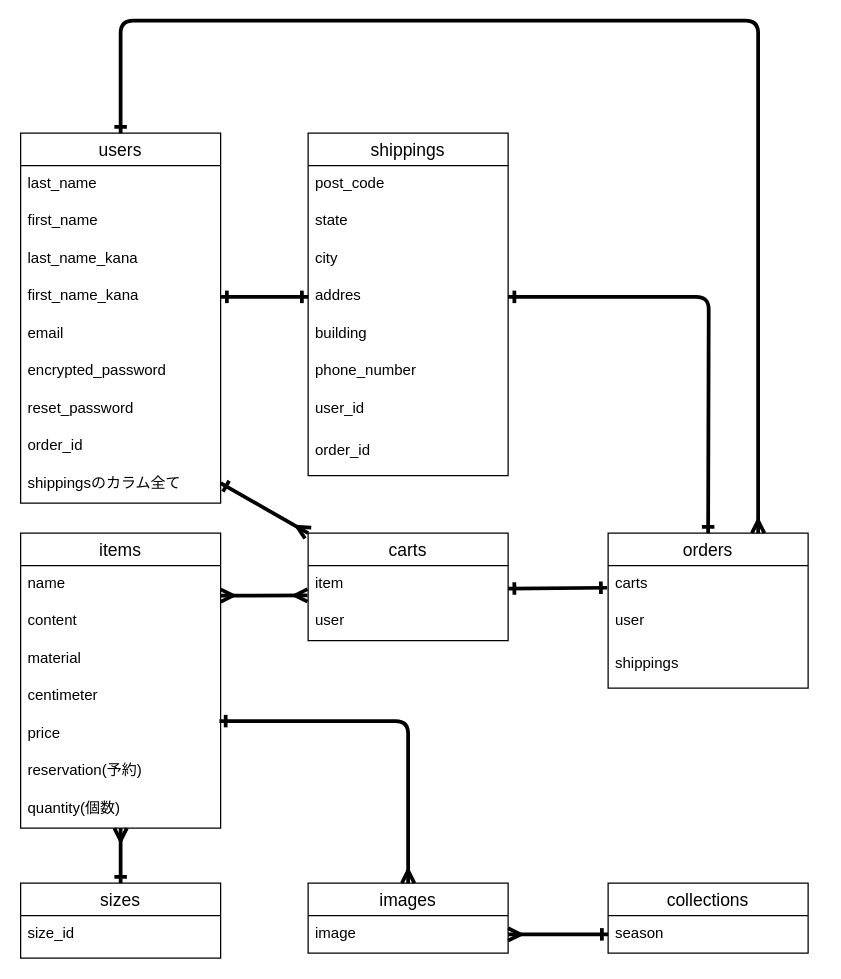
The draw.io diagram er.dio in ap0424ts/nuax_official, before the edit. Source tidied: cells renumbered, new cells numbered last; positions are measured from the earlier drawing's top-left corner, leaving out a move shared by most shapes. Both pictures are drawn from the tidied source at 125%, with x=0, y=0 at pixel (20, 20).
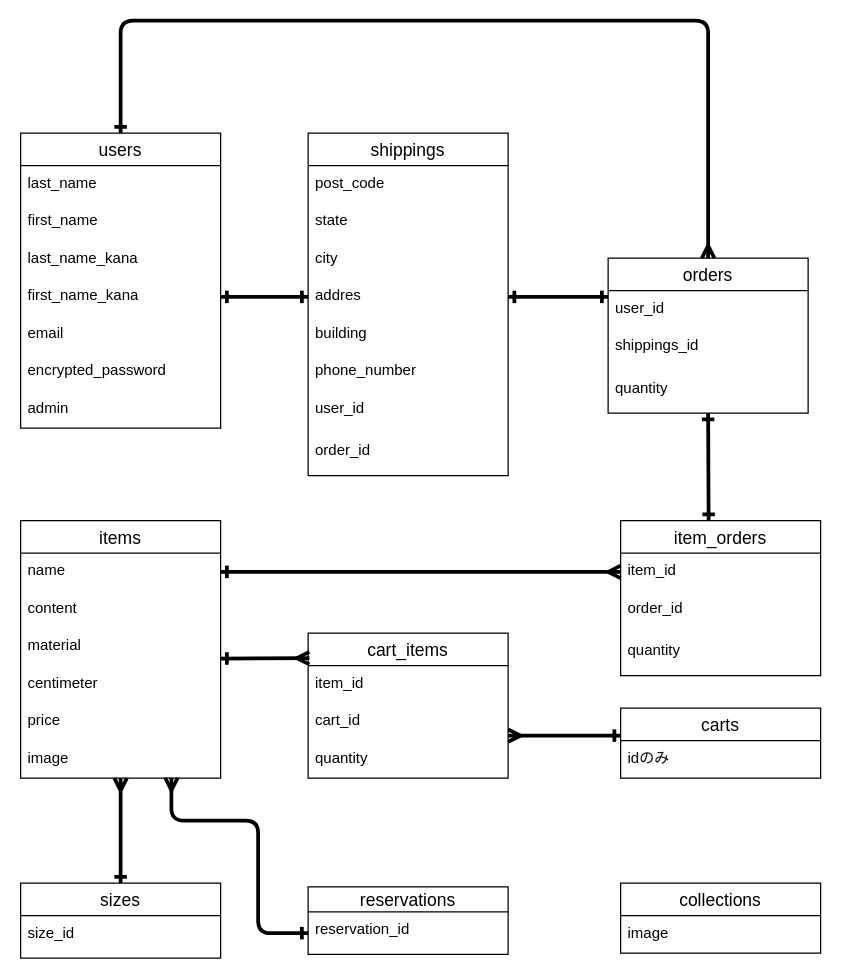
After the change.

Commit message (it also covers changes not shown here):
データベース設計

The change refers to these unchanged cells:
```xml
<mxCell id="13" value="name" style="text;strokeColor=none;fillColor=none;spacingLeft=4;spacingRight=4;overflow=hidden;points=[[0,0.5],[1,0.5]];portConstraint=eastwest;fontSize=12;" parent="12" vertex="1">
  <mxGeometry y="26" width="160" height="30" as="geometry" />
</mxCell>
<mxCell id="24" value="addres" style="text;strokeColor=none;fillColor=none;spacingLeft=4;spacingRight=4;overflow=hidden;points=[[0,0.5],[1,0.5]];portConstraint=eastwest;fontSize=12;" parent="20" vertex="1">
  <mxGeometry y="116" width="160" height="30" as="geometry" />
</mxCell>
```

The edit, as a diff of the source:
```diff
@@
     <mxCell id="2" value="users" style="swimlane;fontStyle=0;horizontal=1;startSize=26;align=center;fontSize=14;" parent="1" vertex="1">
-      <mxGeometry y="90" width="160" height="296" as="geometry" />
+      <mxGeometry y="90" width="160" height="236" as="geometry" />
     </mxCell>
@@
-    <mxCell id="9" value="reset_password" style="text;strokeColor=none;fillColor=none;spacingLeft=4;spacingRight=4;overflow=hidden;fontSize=12;" parent="2" vertex="1">
-      <mxGeometry y="206" width="160" height="30" as="geometry" />
-    </mxCell>
-    <mxCell id="10" value="order_id" style="text;strokeColor=none;fillColor=none;spacingLeft=4;spacingRight=4;overflow=hidden;fontSize=12;" parent="2" vertex="1">
-      <mxGeometry y="236" width="160" height="30" as="geometry" />
+    <mxCell id="10" value="admin" style="text;strokeColor=none;fillColor=none;spacingLeft=4;spacingRight=4;overflow=hidden;fontSize=12;" parent="2" vertex="1">
+      <mxGeometry y="206" width="160" height="30" as="geometry" />
     </mxCell>
-    <mxCell id="11" value="shippingsのカラム全て" style="text;strokeColor=none;fillColor=none;spacingLeft=4;spacingRight=4;overflow=hidden;fontSize=12;" parent="2" vertex="1">
-      <mxGeometry y="266" width="160" height="30" as="geometry" />
-    </mxCell>
     <mxCell id="12" value="items" style="swimlane;fontStyle=0;horizontal=1;startSize=26;align=center;fontSize=14;" parent="1" vertex="1">
-      <mxGeometry y="410" width="160" height="236" as="geometry" />
+      <mxGeometry y="400" width="160" height="206" as="geometry" />
     </mxCell>
@@
+    <mxCell id="52" value="price" style="text;strokeColor=none;fillColor=none;spacingLeft=4;spacingRight=4;overflow=hidden;fontSize=12;" parent="12" vertex="1">
+      <mxGeometry y="146" width="160" height="30" as="geometry" />
+    </mxCell>
-    <mxCell id="17" value="price" style="text;strokeColor=none;fillColor=none;spacingLeft=4;spacingRight=4;overflow=hidden;points=[[0,0.5],[1,0.5]];portConstraint=eastwest;fontSize=12;" parent="12" vertex="1">
-      <mxGeometry y="146" width="160" height="30" as="geometry" />
+    <mxCell id="17" value="image" style="text;strokeColor=none;fillColor=none;spacingLeft=4;spacingRight=4;overflow=hidden;points=[[0,0.5],[1,0.5]];portConstraint=eastwest;fontSize=12;" parent="12" vertex="1">
+      <mxGeometry y="176" width="160" height="30" as="geometry" />
     </mxCell>
-    <mxCell id="18" value="reservation(予約)" style="text;strokeColor=none;fillColor=none;spacingLeft=4;spacingRight=4;overflow=hidden;fontSize=12;" parent="12" vertex="1">
-      <mxGeometry y="176" width="160" height="30" as="geometry" />
-    </mxCell>
-    <mxCell id="19" value="quantity(個数)" style="text;strokeColor=none;fillColor=none;spacingLeft=4;spacingRight=4;overflow=hidden;fontSize=12;" parent="12" vertex="1">
-      <mxGeometry y="206" width="160" height="30" as="geometry" />
-    </mxCell>
@@
-    <mxCell id="29" value="orders" style="swimlane;fontStyle=0;horizontal=1;startSize=26;align=center;fontSize=14;" parent="1" vertex="1">
-      <mxGeometry x="470" y="410" width="160" height="124" as="geometry" />
-    </mxCell>
-    <mxCell id="30" value="carts" style="text;strokeColor=none;fillColor=none;spacingLeft=4;spacingRight=4;overflow=hidden;fontSize=12;" parent="29" vertex="1">
-      <mxGeometry y="26" width="160" height="30" as="geometry" />
-    </mxCell>
-    <mxCell id="31" value="user" style="text;strokeColor=none;fillColor=none;spacingLeft=4;spacingRight=4;overflow=hidden;fontSize=12;" parent="29" vertex="1">
-      <mxGeometry y="56" width="160" height="34" as="geometry" />
-    </mxCell>
-    <mxCell id="32" value="shippings" style="text;strokeColor=none;fillColor=none;spacingLeft=4;spacingRight=4;overflow=hidden;fontSize=12;" parent="29" vertex="1">
-      <mxGeometry y="90" width="160" height="34" as="geometry" />
-    </mxCell>
-    <mxCell id="33" value="images" style="swimlane;fontStyle=0;horizontal=1;startSize=26;align=center;fontSize=14;" parent="1" vertex="1">
-      <mxGeometry x="230" y="690" width="160" height="56" as="geometry" />
-    </mxCell>
-    <mxCell id="34" value="image" style="text;strokeColor=none;fillColor=none;spacingLeft=4;spacingRight=4;overflow=hidden;points=[[0,0.5],[1,0.5]];portConstraint=eastwest;fontSize=12;" parent="33" vertex="1">
-      <mxGeometry y="26" width="160" height="30" as="geometry" />
-    </mxCell>
@@
     <mxCell id="37" value="carts" style="swimlane;fontStyle=0;horizontal=1;startSize=26;align=center;fontSize=14;" parent="1" vertex="1">
-      <mxGeometry x="230" y="410" width="160" height="86" as="geometry" />
+      <mxGeometry x="480" y="550" width="160" height="56" as="geometry" />
     </mxCell>
-    <mxCell id="38" value="item" style="text;strokeColor=none;fillColor=none;spacingLeft=4;spacingRight=4;overflow=hidden;points=[[0,0.5],[1,0.5]];portConstraint=eastwest;fontSize=12;" parent="37" vertex="1">
-      <mxGeometry y="26" width="160" height="30" as="geometry" />
-    </mxCell>
-    <mxCell id="39" value="user" style="text;strokeColor=none;fillColor=none;spacingLeft=4;spacingRight=4;overflow=hidden;fontSize=12;" parent="37" vertex="1">
-      <mxGeometry y="56" width="160" height="30" as="geometry" />
+    <mxCell id="39" value="idのみ" style="text;strokeColor=none;fillColor=none;spacingLeft=4;spacingRight=4;overflow=hidden;fontSize=12;" parent="37" vertex="1">
+      <mxGeometry y="26" width="160" height="30" as="geometry" />
     </mxCell>
-    <mxCell id="40" style="fontSize=12;html=1;endArrow=ERmany;startArrow=ERmany;entryX=-0.003;entryY=0.793;entryDx=0;entryDy=0;entryPerimeter=0;strokeWidth=3;" parent="1" edge="1" target="38">
-      <mxGeometry relative="1" as="geometry">
-        <mxPoint x="160" y="460" as="sourcePoint" />
-      </mxGeometry>
-    </mxCell>
@@
-    <mxCell id="42" style="fontSize=12;html=1;endArrow=ERone;endFill=0;exitX=1;exitY=0.5;exitDx=0;exitDy=0;startArrow=ERone;startFill=0;entryX=-0.005;entryY=0.589;entryDx=0;entryDy=0;strokeWidth=3;entryPerimeter=0;" parent="1" edge="1">
-      <mxGeometry relative="1" as="geometry">
-        <mxPoint x="390" y="454.4" as="sourcePoint" />
-        <mxPoint x="469.2" y="453.7" as="targetPoint" />
-      </mxGeometry>
+    <mxCell id="42" style="fontSize=12;html=1;endArrow=ERone;endFill=0;exitX=0.44;exitY=0;exitDx=0;exitDy=0;startArrow=ERone;startFill=0;entryX=0.5;entryY=1;entryDx=0;entryDy=0;strokeWidth=3;exitPerimeter=0;" parent="1" edge="1" source="56" target="29">
+      <mxGeometry relative="1" as="geometry" />
     </mxCell>
@@
-    <mxCell id="44" style="fontSize=12;html=1;endArrow=ERone;endFill=0;exitX=1;exitY=0.5;exitDx=0;exitDy=0;startArrow=ERone;startFill=0;entryX=0.5;entryY=0;entryDx=0;entryDy=0;strokeWidth=3;edgeStyle=orthogonalEdgeStyle;" parent="1" edge="1" source="24">
+    <mxCell id="44" style="fontSize=12;html=1;endArrow=ERone;endFill=0;exitX=1;exitY=0.5;exitDx=0;exitDy=0;startArrow=ERone;startFill=0;strokeWidth=3;edgeStyle=orthogonalEdgeStyle;" parent="1" edge="1" source="24">
       <mxGeometry relative="1" as="geometry">
-        <mxPoint x="550" y="410" as="targetPoint" />
+        <mxPoint x="470" y="221" as="targetPoint" />
       </mxGeometry>
     </mxCell>
@@
-    <mxCell id="46" style="fontSize=12;html=1;endArrow=ERmany;startArrow=ERone;strokeWidth=3;startFill=0;entryX=0.5;entryY=0;entryDx=0;entryDy=0;edgeStyle=orthogonalEdgeStyle;exitX=0.994;exitY=0.146;exitDx=0;exitDy=0;exitPerimeter=0;" parent="1" edge="1" source="17" target="33">
-      <mxGeometry relative="1" as="geometry" />
-    </mxCell>
     <mxCell id="47" value="collections" style="swimlane;fontStyle=0;horizontal=1;startSize=26;align=center;fontSize=14;" parent="1" vertex="1">
-      <mxGeometry x="470" y="690" width="160" height="56" as="geometry" />
+      <mxGeometry x="480" y="690" width="160" height="56" as="geometry" />
     </mxCell>
-    <mxCell id="48" value="season" style="text;strokeColor=none;fillColor=none;spacingLeft=4;spacingRight=4;overflow=hidden;fontSize=12;" parent="47" vertex="1">
+    <mxCell id="48" value="image" style="text;strokeColor=none;fillColor=none;spacingLeft=4;spacingRight=4;overflow=hidden;fontSize=12;" parent="47" vertex="1">
       <mxGeometry y="26" width="160" height="30" as="geometry" />
     </mxCell>
-    <mxCell id="49" style="fontSize=12;html=1;endArrow=ERmany;startArrow=ERone;strokeWidth=3;startFill=0;entryX=1;entryY=0.5;entryDx=0;entryDy=0;" parent="1" edge="1" target="34">
-      <mxGeometry relative="1" as="geometry">
-        <mxPoint x="470" y="731" as="sourcePoint" />
-      </mxGeometry>
-    </mxCell>
-    <mxCell id="50" style="fontSize=12;html=1;endArrow=ERmany;startArrow=ERone;strokeWidth=3;startFill=0;exitX=0.5;exitY=0;exitDx=0;exitDy=0;entryX=0.75;entryY=0;entryDx=0;entryDy=0;edgeStyle=orthogonalEdgeStyle;" parent="1" edge="1" source="2" target="29">
+    <mxCell id="50" style="fontSize=12;html=1;endArrow=ERmany;startArrow=ERone;strokeWidth=3;startFill=0;exitX=0.5;exitY=0;exitDx=0;exitDy=0;edgeStyle=orthogonalEdgeStyle;entryX=0.5;entryY=0;entryDx=0;entryDy=0;" parent="1" edge="1" source="2" target="29">
       <mxGeometry relative="1" as="geometry">
         <Array as="points">
           <mxPoint x="80" />
-          <mxPoint x="590" />
+          <mxPoint x="550" />
         </Array>
       </mxGeometry>
     </mxCell>
-    <mxCell id="51" style="fontSize=12;html=1;endArrow=ERmany;endFill=0;exitX=1;exitY=0.5;exitDx=0;exitDy=0;startArrow=ERone;startFill=0;entryX=0;entryY=0;entryDx=0;entryDy=0;strokeWidth=3;" parent="1" edge="1" target="37">
-      <mxGeometry relative="1" as="geometry">
-        <mxPoint x="160" y="370" as="sourcePoint" />
-      </mxGeometry>
-    </mxCell>
+    <mxCell id="29" value="orders" style="swimlane;fontStyle=0;horizontal=1;startSize=26;align=center;fontSize=14;" parent="1" vertex="1">
+      <mxGeometry x="470" y="190" width="160" height="124" as="geometry" />
+    </mxCell>
+    <mxCell id="53" value="user_id" style="text;strokeColor=none;fillColor=none;spacingLeft=4;spacingRight=4;overflow=hidden;fontSize=12;" parent="29" vertex="1">
+      <mxGeometry y="26" width="160" height="30" as="geometry" />
+    </mxCell>
+    <mxCell id="54" value="shippings_id" style="text;strokeColor=none;fillColor=none;spacingLeft=4;spacingRight=4;overflow=hidden;fontSize=12;" parent="29" vertex="1">
+      <mxGeometry y="56" width="160" height="34" as="geometry" />
+    </mxCell>
+    <mxCell id="55" value="quantity" style="text;strokeColor=none;fillColor=none;spacingLeft=4;spacingRight=4;overflow=hidden;fontSize=12;" parent="29" vertex="1">
+      <mxGeometry y="90" width="160" height="34" as="geometry" />
+    </mxCell>
+    <mxCell id="56" value="item_orders" style="swimlane;fontStyle=0;horizontal=1;startSize=26;align=center;fontSize=14;" parent="1" vertex="1">
+      <mxGeometry x="480" y="400" width="160" height="124" as="geometry" />
+    </mxCell>
+    <mxCell id="57" value="item_id" style="text;strokeColor=none;fillColor=none;spacingLeft=4;spacingRight=4;overflow=hidden;points=[[0,0.5],[1,0.5]];portConstraint=eastwest;fontSize=12;" parent="56" vertex="1">
+      <mxGeometry y="26" width="160" height="30" as="geometry" />
+    </mxCell>
+    <mxCell id="58" value="order_id" style="text;strokeColor=none;fillColor=none;spacingLeft=4;spacingRight=4;overflow=hidden;fontSize=12;" parent="56" vertex="1">
+      <mxGeometry y="56" width="160" height="34" as="geometry" />
+    </mxCell>
+    <mxCell id="59" value="quantity" style="text;strokeColor=none;fillColor=none;spacingLeft=4;spacingRight=4;overflow=hidden;fontSize=12;" parent="56" vertex="1">
+      <mxGeometry y="90" width="160" height="34" as="geometry" />
+    </mxCell>
+    <mxCell id="60" style="fontSize=12;html=1;endArrow=ERmany;startArrow=ERone;strokeWidth=3;startFill=0;entryX=0;entryY=0.5;entryDx=0;entryDy=0;exitX=1;exitY=0.5;exitDx=0;exitDy=0;" parent="1" edge="1" source="13" target="57">
+      <mxGeometry relative="1" as="geometry" />
+    </mxCell>
+    <mxCell id="61" value="cart_items" style="swimlane;fontStyle=0;horizontal=1;startSize=26;align=center;fontSize=14;" parent="1" vertex="1">
+      <mxGeometry x="230" y="490" width="160" height="116" as="geometry" />
+    </mxCell>
+    <mxCell id="62" value="item_id" style="text;strokeColor=none;fillColor=none;spacingLeft=4;spacingRight=4;overflow=hidden;fontSize=12;" parent="61" vertex="1">
+      <mxGeometry y="26" width="160" height="30" as="geometry" />
+    </mxCell>
+    <mxCell id="63" value="cart_id" style="text;strokeColor=none;fillColor=none;spacingLeft=4;spacingRight=4;overflow=hidden;fontSize=12;" parent="61" vertex="1">
+      <mxGeometry y="56" width="160" height="30" as="geometry" />
+    </mxCell>
+    <mxCell id="64" value="quantity" style="text;strokeColor=none;fillColor=none;spacingLeft=4;spacingRight=4;overflow=hidden;fontSize=12;" parent="61" vertex="1">
+      <mxGeometry y="86" width="160" height="30" as="geometry" />
+    </mxCell>
+    <mxCell id="65" style="fontSize=12;html=1;endArrow=ERmany;startArrow=ERone;strokeWidth=3;startFill=0;entryX=0.005;entryY=0.696;entryDx=0;entryDy=0;exitX=0.999;exitY=0.8;exitDx=0;exitDy=0;exitPerimeter=0;entryPerimeter=0;" parent="1" edge="1">
+      <mxGeometry relative="1" as="geometry">
+        <mxPoint x="160" y="510.3" as="sourcePoint" />
+        <mxPoint x="231" y="510" as="targetPoint" />
+      </mxGeometry>
+    </mxCell>
+    <mxCell id="66" style="fontSize=12;html=1;endArrow=ERmany;startArrow=ERone;strokeWidth=3;startFill=0;" parent="1" edge="1">
+      <mxGeometry relative="1" as="geometry">
+        <mxPoint x="480" y="572" as="sourcePoint" />
+        <mxPoint x="390" y="572" as="targetPoint" />
+      </mxGeometry>
+    </mxCell>
+    <mxCell id="67" value="reservations" style="swimlane;fontStyle=0;horizontal=1;startSize=20;align=center;fontSize=14;" parent="1" vertex="1">
+      <mxGeometry x="230" y="693" width="160" height="54" as="geometry" />
+    </mxCell>
+    <mxCell id="68" value="reservation_id" style="text;strokeColor=none;fillColor=none;spacingLeft=4;spacingRight=4;overflow=hidden;points=[[0,0.5],[1,0.5]];portConstraint=eastwest;fontSize=12;" parent="67" vertex="1">
+      <mxGeometry y="20" width="160" height="34" as="geometry" />
+    </mxCell>
+    <mxCell id="69" style="fontSize=12;html=1;endArrow=ERmany;startArrow=ERone;strokeWidth=3;startFill=0;edgeStyle=orthogonalEdgeStyle;entryX=0.754;entryY=0.991;entryDx=0;entryDy=0;entryPerimeter=0;" parent="1" edge="1" source="68" target="17">
+      <mxGeometry relative="1" as="geometry">
+        <Array as="points">
+          <mxPoint x="190" y="730" />
+          <mxPoint x="190" y="640" />
+          <mxPoint x="121" y="640" />
+        </Array>
+      </mxGeometry>
+    </mxCell>
```
